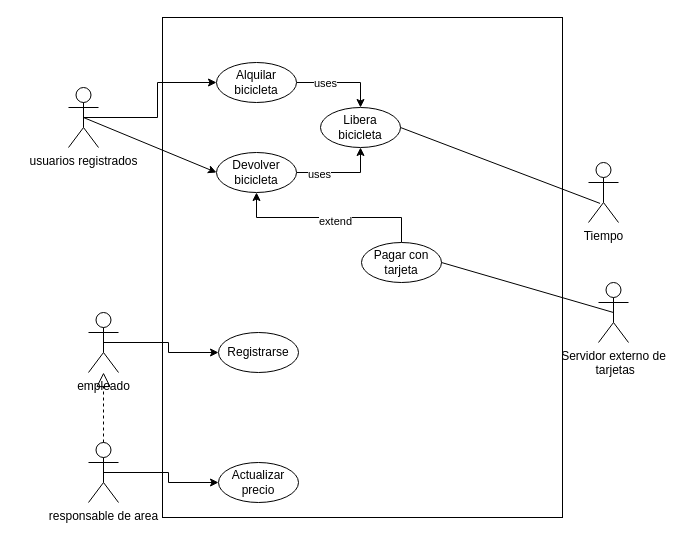
The draw.io diagram Ejercicio10-Alquiler de bicicletas/Diagrama ejercicio 10.drawio in Fefo7/Inge1, before the edit. Source tidied: cells renumbered, new cells numbered last; positions are measured from the earlier drawing's top-left corner, leaving out a move shared by most shapes. Both pictures are drawn from the tidied source at 100%, with x=0, y=0 at pixel (68, 17).
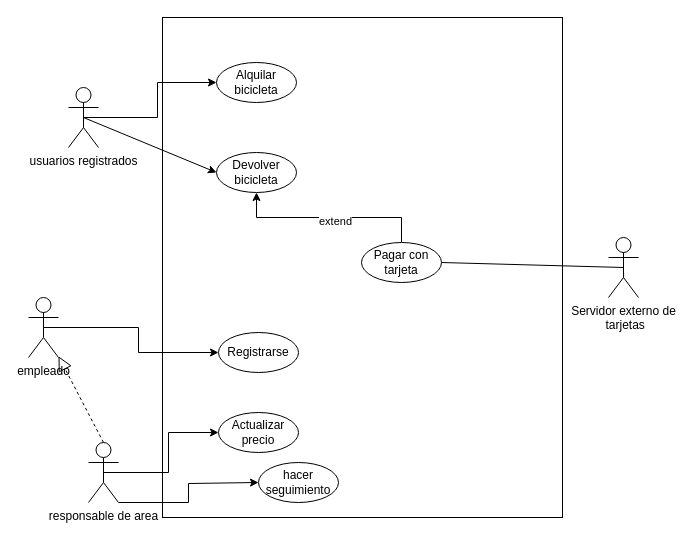
The same diagram, later.

The change refers to these unchanged cells:
```xml
<mxCell id="9" value="responsable de area" style="shape=umlActor;verticalLabelPosition=bottom;verticalAlign=top;html=1;outlineConnect=0;" parent="1" vertex="1">
  <mxGeometry x="20" y="425" width="30" height="60" as="geometry" />
</mxCell>
<mxCell id="12" value="Alquilar bicicleta" style="ellipse;whiteSpace=wrap;html=1;" parent="1" vertex="1">
  <mxGeometry x="148" y="45" width="80" height="40" as="geometry" />
</mxCell>
<mxCell id="18" value="Devolver bicicleta" style="ellipse;whiteSpace=wrap;html=1;" parent="1" vertex="1">
  <mxGeometry x="148" y="135" width="80" height="40" as="geometry" />
</mxCell>
```

What changed in the source:
```diff
@@
     <mxCell id="7" value="empleado" style="shape=umlActor;verticalLabelPosition=bottom;verticalAlign=top;html=1;outlineConnect=0;" parent="1" vertex="1">
-      <mxGeometry x="20" y="295" width="30" height="60" as="geometry" />
+      <mxGeometry x="-40" y="280" width="30" height="60" as="geometry" />
     </mxCell>
@@
+    <mxCell id="27" style="edgeStyle=orthogonalEdgeStyle;rounded=0;jettySize=auto;html=1;exitX=1;exitY=1;exitDx=0;exitDy=0;exitPerimeter=0;" parent="1" edge="1" source="9">
+      <mxGeometry relative="1" as="geometry">
+        <mxPoint x="190" y="465" as="targetPoint" />
+        <Array as="points">
+          <mxPoint x="120" y="485" />
+          <mxPoint x="120" y="466" />
+        </Array>
+      </mxGeometry>
+    </mxCell>
@@
-    <mxCell id="10" style="edgeStyle=orthogonalEdgeStyle;rounded=0;jettySize=auto;html=1;exitX=1;exitY=0.5;exitDx=0;exitDy=0;entryX=0.5;entryY=0;entryDx=0;entryDy=0;" parent="1" edge="1" source="12" target="14">
-      <mxGeometry relative="1" as="geometry" />
-    </mxCell>
-    <mxCell id="11" value="uses" style="edgeLabel;html=1;align=center;verticalAlign=middle;" parent="10" vertex="1">
-      <mxGeometry x="-0.36" relative="1" as="geometry" />
-    </mxCell>
@@
-    <mxCell id="13" value="Tiempo" style="shape=umlActor;verticalLabelPosition=bottom;verticalAlign=top;html=1;" parent="1" vertex="1">
-      <mxGeometry x="520" y="145" width="30" height="60" as="geometry" />
-    </mxCell>
-    <mxCell id="14" value="Libera bicicleta" style="ellipse;whiteSpace=wrap;html=1;" parent="1" vertex="1">
-      <mxGeometry x="252" y="90" width="80" height="40" as="geometry" />
-    </mxCell>
-    <mxCell id="15" style="endArrow=none;html=1;rounded=0;entryX=0.385;entryY=0.682;entryDx=0;entryDy=0;entryPerimeter=0;exitX=1;exitY=0.5;exitDx=0;exitDy=0;" parent="1" edge="1" source="14" target="13">
-      <mxGeometry relative="1" as="geometry" />
-    </mxCell>
-    <mxCell id="16" style="edgeStyle=orthogonalEdgeStyle;rounded=0;jettySize=auto;html=1;exitX=1;exitY=0.5;exitDx=0;exitDy=0;entryX=0.5;entryY=1;entryDx=0;entryDy=0;" parent="1" edge="1" source="18" target="14">
-      <mxGeometry relative="1" as="geometry" />
-    </mxCell>
-    <mxCell id="17" value="uses" style="edgeLabel;html=1;align=center;verticalAlign=middle;" parent="16" vertex="1">
-      <mxGeometry x="-0.5" y="-1" relative="1" as="geometry" />
-    </mxCell>
@@
     <mxCell id="22" value="Servidor externo de&lt;div&gt;&amp;nbsp;tarjetas&lt;/div&gt;" style="shape=umlActor;verticalLabelPosition=bottom;verticalAlign=top;html=1;" parent="1" vertex="1">
-      <mxGeometry x="530" y="265" width="30" height="60" as="geometry" />
+      <mxGeometry x="540" y="220" width="30" height="60" as="geometry" />
     </mxCell>
@@
     <mxCell id="24" value="Actualizar precio" style="ellipse;whiteSpace=wrap;html=1;" parent="1" vertex="1">
-      <mxGeometry x="150" y="445" width="80" height="40" as="geometry" />
+      <mxGeometry x="150" y="395" width="80" height="40" as="geometry" />
     </mxCell>
@@
+    <mxCell id="28" value="hacer seguimiento" style="ellipse;whiteSpace=wrap;html=1;" parent="1" vertex="1">
+      <mxGeometry x="190" y="445" width="80" height="40" as="geometry" />
+    </mxCell>
```
